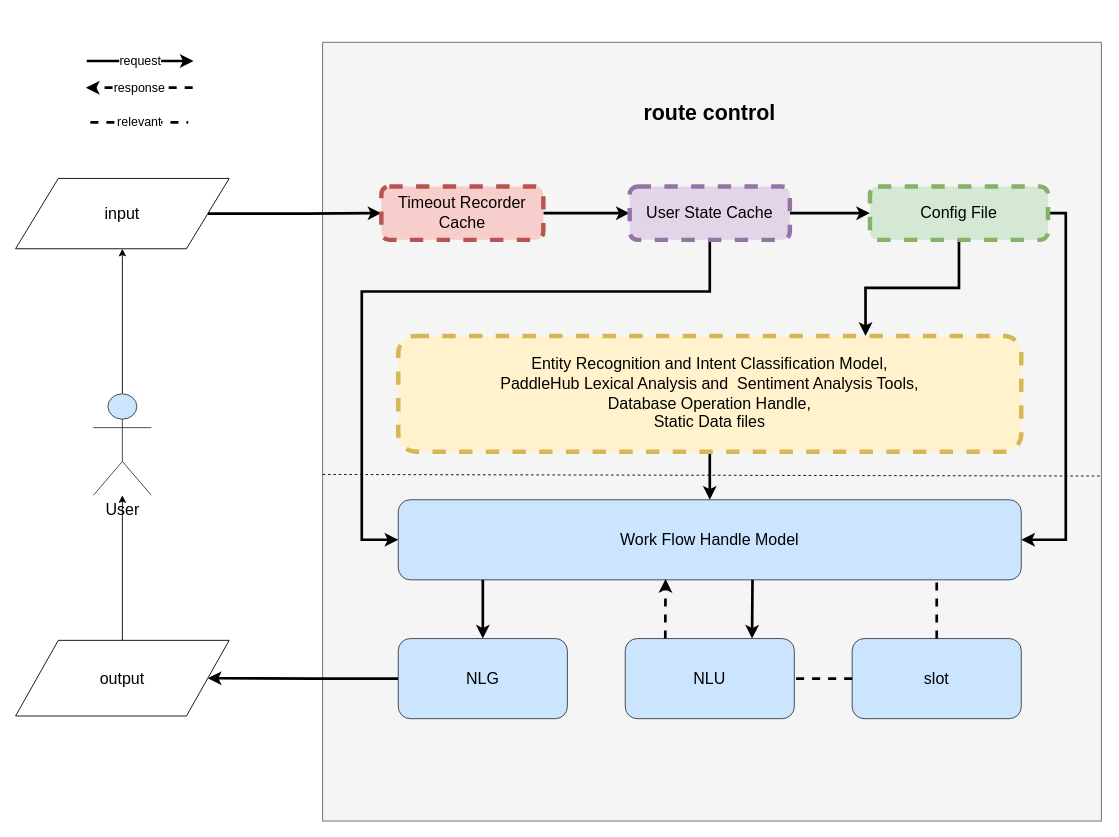
This is flow_diagram/dialogue_structure.drawio from ricosr/travel_consult_chatbot, a draw.io file, before an edit. Source tidied: cells renumbered, new cells numbered last; positions are measured from the earlier drawing's top-left corner, leaving out a move shared by most shapes. Both pictures are drawn from the tidied source at 89%, with x=0, y=0 at pixel (15, 42).
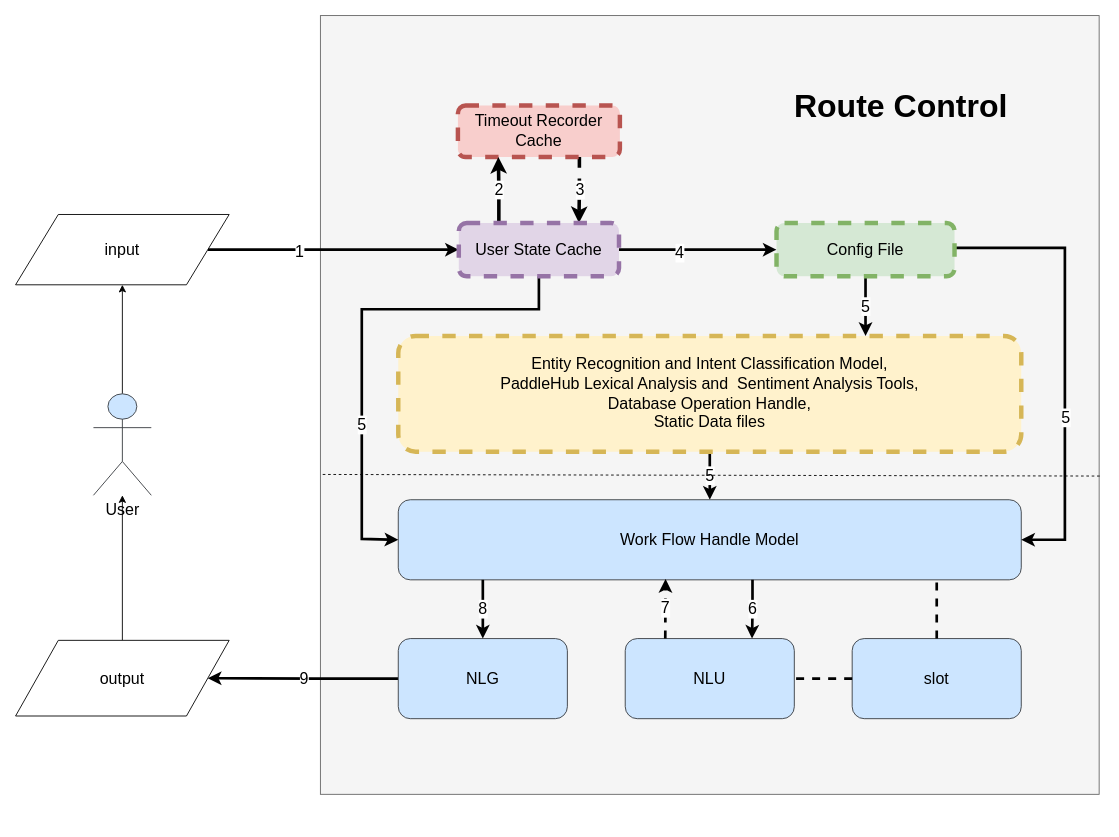
After the change.

Unchanged cells that the change refers to:
```xml
<mxCell id="8" value="&lt;font style=&quot;font-size: 18px&quot;&gt;output&lt;/font&gt;" style="shape=parallelogram;perimeter=parallelogramPerimeter;whiteSpace=wrap;html=1;" parent="1" vertex="1">
  <mxGeometry y="672" width="240" height="85" as="geometry" />
</mxCell>
<mxCell id="11" value="&lt;font style=&quot;font-size: 18px&quot;&gt;Entity Recognition and Intent Classification Model,&lt;br&gt;PaddleHub&amp;nbsp;Lexical Analysis and&amp;nbsp; Sentiment Analysis Tools,&lt;br&gt;Database Operation Handle,&lt;br&gt;Static Data files&lt;br&gt;&lt;/font&gt;" style="rounded=1;whiteSpace=wrap;html=1;dashed=1;fillColor=#fff2cc;strokeColor=#d6b656;strokeWidth=5;" parent="1" vertex="1">
  <mxGeometry x="430" y="330" width="700" height="130" as="geometry" />
</mxCell>
<mxCell id="12" value="&lt;font style=&quot;font-size: 18px&quot;&gt;Work Flow Handle Model&lt;/font&gt;" style="rounded=1;whiteSpace=wrap;html=1;fillColor=#cce5ff;strokeColor=#36393d;" parent="1" vertex="1">
  <mxGeometry x="430" y="514" width="700" height="90" as="geometry" />
</mxCell>
<mxCell id="21" value="&lt;font style=&quot;font-size: 18px&quot;&gt;NLU&lt;/font&gt;" style="rounded=1;whiteSpace=wrap;html=1;fillColor=#cce5ff;strokeColor=#36393d;" parent="1" vertex="1">
  <mxGeometry x="685" y="670" width="190" height="90" as="geometry" />
</mxCell>
<mxCell id="23" value="&lt;font style=&quot;font-size: 18px&quot;&gt;NLG&lt;/font&gt;" style="rounded=1;whiteSpace=wrap;html=1;fillColor=#cce5ff;strokeColor=#36393d;" parent="1" vertex="1">
  <mxGeometry x="430" y="670" width="190" height="90" as="geometry" />
</mxCell>
```

What changed in the source:
```diff
@@
     <mxCell id="2" style="whiteSpace=wrap;html=1;fillColor=#f5f5f5;strokeColor=#666666;fontColor=#333333;" parent="1" vertex="1">
-      <mxGeometry x="345" width="875" height="875" as="geometry" />
+      <mxGeometry x="342.5" y="-30" width="875" height="875" as="geometry" />
     </mxCell>
@@
-    <mxCell id="5" style="edgeStyle=orthogonalEdgeStyle;rounded=0;jettySize=auto;html=1;exitX=1;exitY=0.5;exitDx=0;exitDy=0;entryX=0;entryY=0.5;entryDx=0;entryDy=0;strokeWidth=3;" parent="1" edge="1" source="6" target="14">
+    <mxCell id="5" style="edgeStyle=orthogonalEdgeStyle;rounded=0;jettySize=auto;html=1;exitX=1;exitY=0.5;exitDx=0;exitDy=0;entryX=0;entryY=0.5;entryDx=0;entryDy=0;strokeWidth=3;" parent="1" edge="1" source="6" target="20">
       <mxGeometry relative="1" as="geometry" />
     </mxCell>
+    <mxCell id="34" value="&lt;font style=&quot;font-size: 18px&quot;&gt;1&lt;/font&gt;" style="text;html=1;align=center;verticalAlign=middle;labelBackgroundColor=#ffffff;" parent="5" vertex="1">
+      <mxGeometry x="-0.28" y="-2" relative="1" as="geometry" />
+    </mxCell>
     <mxCell id="6" value="&lt;font style=&quot;font-size: 18px&quot;&gt;input&lt;/font&gt;" style="shape=parallelogram;perimeter=parallelogramPerimeter;whiteSpace=wrap;html=1;" parent="1" vertex="1">
-      <mxGeometry y="153" width="240" height="79" as="geometry" />
+      <mxGeometry y="193.5" width="240" height="79" as="geometry" />
     </mxCell>
@@
-    <mxCell id="9" value="&lt;font style=&quot;font-size: 24px&quot;&gt;&lt;b&gt;route control&lt;/b&gt;&lt;/font&gt;" style="text;html=1;strokeColor=none;fillColor=none;align=center;verticalAlign=middle;whiteSpace=wrap;rounded=0;" parent="1" vertex="1">
-      <mxGeometry x="700" y="70" width="160" height="20" as="geometry" />
+    <mxCell id="9" value="&lt;font style=&quot;font-size: 36px&quot;&gt;&lt;b&gt;Route Control&lt;/b&gt;&lt;/font&gt;" style="text;html=1;strokeColor=none;fillColor=none;align=center;verticalAlign=middle;whiteSpace=wrap;rounded=0;" parent="1" vertex="1">
+      <mxGeometry x="860" y="36.5" width="270" height="69" as="geometry" />
     </mxCell>
-    <mxCell id="10" style="edgeStyle=orthogonalEdgeStyle;rounded=0;jettySize=auto;html=1;exitX=0.5;exitY=1;exitDx=0;exitDy=0;entryX=0.5;entryY=0;entryDx=0;entryDy=0;strokeWidth=3;" parent="1" edge="1" source="11" target="12">
+    <mxCell id="10" value="&lt;font style=&quot;font-size: 18px&quot;&gt;5&lt;/font&gt;" style="edgeStyle=orthogonalEdgeStyle;rounded=0;jettySize=auto;html=1;exitX=0.5;exitY=1;exitDx=0;exitDy=0;entryX=0.5;entryY=0;entryDx=0;entryDy=0;strokeWidth=3;" parent="1" edge="1" source="11" target="12">
       <mxGeometry relative="1" as="geometry" />
     </mxCell>
@@
-    <mxCell id="13" style="edgeStyle=orthogonalEdgeStyle;rounded=0;jettySize=auto;html=1;exitX=1;exitY=0.5;exitDx=0;exitDy=0;strokeWidth=3;" parent="1" edge="1" source="14" target="20">
+    <mxCell id="13" style="edgeStyle=orthogonalEdgeStyle;rounded=0;jettySize=auto;html=1;strokeWidth=3;entryX=0;entryY=0.5;entryDx=0;entryDy=0;exitX=1;exitY=0.5;exitDx=0;exitDy=0;" parent="1" edge="1" source="20" target="17">
       <mxGeometry relative="1" as="geometry" />
     </mxCell>
-    <mxCell id="14" value="&lt;span style=&quot;font-size: 18px&quot;&gt;Timeout Recorder Cache&lt;/span&gt;" style="rounded=1;whiteSpace=wrap;html=1;strokeWidth=5;dashed=1;fillColor=#f8cecc;strokeColor=#b85450;" parent="1" vertex="1">
-      <mxGeometry x="411" y="162" width="182" height="60" as="geometry" />
-    </mxCell>
+    <mxCell id="35" value="&lt;font style=&quot;font-size: 18px&quot;&gt;4&lt;/font&gt;" style="text;html=1;align=center;verticalAlign=middle;labelBackgroundColor=#ffffff;" parent="13" vertex="1">
+      <mxGeometry x="-0.24" y="-3" relative="1" as="geometry" />
+    </mxCell>
     <mxCell id="15" style="edgeStyle=orthogonalEdgeStyle;rounded=0;jettySize=auto;html=1;exitX=1;exitY=0.5;exitDx=0;exitDy=0;entryX=1;entryY=0.5;entryDx=0;entryDy=0;strokeWidth=3;" parent="1" edge="1" source="17" target="12">
-      <mxGeometry relative="1" as="geometry" />
+      <mxGeometry relative="1" as="geometry">
+        <Array as="points">
+          <mxPoint x="1179" y="231" />
+          <mxPoint x="1179" y="559" />
+        </Array>
+      </mxGeometry>
     </mxCell>
+    <mxCell id="36" value="&lt;font style=&quot;font-size: 18px&quot;&gt;5&lt;/font&gt;" style="text;html=1;align=center;verticalAlign=middle;labelBackgroundColor=#ffffff;" parent="15" vertex="1">
+      <mxGeometry y="-2" relative="1" as="geometry">
+        <mxPoint x="2.5" y="64" as="offset" />
+      </mxGeometry>
+    </mxCell>
-    <mxCell id="16" style="edgeStyle=orthogonalEdgeStyle;rounded=0;jettySize=auto;html=1;exitX=0.5;exitY=1;exitDx=0;exitDy=0;entryX=0.75;entryY=0;entryDx=0;entryDy=0;strokeWidth=3;" parent="1" edge="1" source="17" target="11">
+    <mxCell id="16" value="&lt;font style=&quot;font-size: 18px&quot;&gt;5&lt;/font&gt;" style="edgeStyle=orthogonalEdgeStyle;rounded=0;jettySize=auto;html=1;exitX=0.5;exitY=1;exitDx=0;exitDy=0;entryX=0.75;entryY=0;entryDx=0;entryDy=0;strokeWidth=3;" parent="1" edge="1" source="17" target="11">
       <mxGeometry relative="1" as="geometry" />
     </mxCell>
     <mxCell id="17" value="&lt;span style=&quot;font-size: 18px&quot;&gt;Config File&lt;/span&gt;" style="rounded=1;whiteSpace=wrap;html=1;strokeWidth=5;dashed=1;fillColor=#d5e8d4;strokeColor=#82b366;" parent="1" vertex="1">
-      <mxGeometry x="960" y="162" width="200" height="60" as="geometry" />
+      <mxGeometry x="855" y="203" width="200" height="60" as="geometry" />
     </mxCell>
-    <mxCell id="18" style="edgeStyle=orthogonalEdgeStyle;rounded=0;jettySize=auto;html=1;exitX=1;exitY=0.5;exitDx=0;exitDy=0;strokeWidth=3;" parent="1" edge="1" source="20" target="17">
-      <mxGeometry relative="1" as="geometry" />
-    </mxCell>
-    <mxCell id="19" style="edgeStyle=orthogonalEdgeStyle;rounded=0;jettySize=auto;html=1;exitX=0.5;exitY=1;exitDx=0;exitDy=0;strokeWidth=3;entryX=0;entryY=0.5;entryDx=0;entryDy=0;" parent="1" edge="1" source="20" target="12">
-      <mxGeometry relative="1" as="geometry">
+    <mxCell id="19" value="&lt;font style=&quot;font-size: 18px&quot;&gt;5&lt;/font&gt;" style="edgeStyle=orthogonalEdgeStyle;rounded=0;jettySize=auto;html=1;exitX=0.5;exitY=1;exitDx=0;exitDy=0;strokeWidth=3;entryX=0;entryY=0.5;entryDx=0;entryDy=0;" parent="1" edge="1" source="20" target="12">
+      <mxGeometry x="0.37" relative="1" as="geometry">
         <Array as="points">
-          <mxPoint x="780" y="280" />
-          <mxPoint x="389" y="280" />
-          <mxPoint x="389" y="559" />
+          <mxPoint x="588" y="300" />
+          <mxPoint x="389" y="300" />
+          <mxPoint x="389" y="558" />
+          <mxPoint x="430" y="558" />
         </Array>
       </mxGeometry>
     </mxCell>
-    <mxCell id="20" value="&lt;span style=&quot;font-size: 18px&quot;&gt;User State Cache&lt;/span&gt;" style="rounded=1;whiteSpace=wrap;html=1;strokeWidth=5;dashed=1;fillColor=#e1d5e7;strokeColor=#9673a6;" parent="1" vertex="1">
-      <mxGeometry x="690" y="162" width="180" height="60" as="geometry" />
-    </mxCell>
@@
-    <mxCell id="22" style="edgeStyle=orthogonalEdgeStyle;rounded=0;jettySize=auto;html=1;exitX=0;exitY=0.5;exitDx=0;exitDy=0;entryX=1;entryY=0.5;entryDx=0;entryDy=0;strokeWidth=3;" parent="1" edge="1" source="23" target="8">
+    <mxCell id="22" value="&lt;font style=&quot;font-size: 18px&quot;&gt;9&lt;/font&gt;" style="edgeStyle=orthogonalEdgeStyle;rounded=0;jettySize=auto;html=1;exitX=0;exitY=0.5;exitDx=0;exitDy=0;entryX=1;entryY=0.5;entryDx=0;entryDy=0;strokeWidth=3;" parent="1" edge="1" source="23" target="8">
       <mxGeometry relative="1" as="geometry" />
     </mxCell>
@@
-    <mxCell id="27" style="endArrow=classic;html=1;strokeWidth=3;entryX=0.75;entryY=0;entryDx=0;entryDy=0;" parent="1" edge="1" target="21">
+    <mxCell id="27" value="&lt;font style=&quot;font-size: 18px&quot;&gt;6&lt;/font&gt;" style="endArrow=classic;html=1;strokeWidth=3;entryX=0.75;entryY=0;entryDx=0;entryDy=0;" parent="1" edge="1" target="21">
       <mxGeometry relative="1" as="geometry">
         <mxPoint x="828" y="604" as="sourcePoint" />
+        <Array as="points">
+          <mxPoint x="828" y="640" />
+        </Array>
       </mxGeometry>
     </mxCell>
-    <mxCell id="28" style="endArrow=classic;html=1;strokeWidth=3;entryX=0.429;entryY=1;entryDx=0;entryDy=0;entryPerimeter=0;dashed=1;" parent="1" edge="1">
+    <mxCell id="28" value="&lt;span style=&quot;font-size: 18px&quot;&gt;7&lt;/span&gt;" style="endArrow=classic;html=1;strokeWidth=3;entryX=0.429;entryY=1;entryDx=0;entryDy=0;entryPerimeter=0;dashed=1;" parent="1" edge="1">
       <mxGeometry relative="1" as="geometry">
         <mxPoint x="730" y="670" as="sourcePoint" />
         <mxPoint x="730.3" y="603" as="targetPoint" />
       </mxGeometry>
     </mxCell>
-    <mxCell id="29" style="endArrow=classic;html=1;strokeWidth=3;entryX=0.5;entryY=0;entryDx=0;entryDy=0;" parent="1" edge="1" target="23">
+    <mxCell id="29" value="&lt;font style=&quot;font-size: 18px&quot;&gt;8&lt;/font&gt;" style="endArrow=classic;html=1;strokeWidth=3;entryX=0.5;entryY=0;entryDx=0;entryDy=0;" parent="1" edge="1" target="23">
       <mxGeometry relative="1" as="geometry">
         <mxPoint x="525" y="604" as="sourcePoint" />
       </mxGeometry>
     </mxCell>
-    <mxCell id="30" value="&lt;font style=&quot;font-size: 14px&quot;&gt;request&lt;/font&gt;" style="endArrow=classic;html=1;strokeWidth=3;" parent="1" edge="1">
-      <mxGeometry relative="1" as="geometry">
-        <mxPoint x="80" y="21" as="sourcePoint" />
-        <mxPoint x="200" y="21" as="targetPoint" />
-      </mxGeometry>
-    </mxCell>
-    <mxCell id="31" value="&lt;font style=&quot;font-size: 14px&quot;&gt;response&lt;/font&gt;" style="endArrow=classic;html=1;dashed=1;strokeWidth=3;" parent="1" edge="1">
-      <mxGeometry relative="1" as="geometry">
-        <mxPoint x="199" y="51" as="sourcePoint" />
-        <mxPoint x="79" y="51" as="targetPoint" />
-      </mxGeometry>
-    </mxCell>
-    <mxCell id="32" value="&lt;font style=&quot;font-size: 14px&quot;&gt;relevant&lt;/font&gt;" style="endArrow=none;dashed=1;html=1;strokeWidth=3;" parent="1" edge="1">
-      <mxGeometry relative="1" as="geometry">
-        <mxPoint x="84" y="90" as="sourcePoint" />
-        <mxPoint x="194" y="90" as="targetPoint" />
-      </mxGeometry>
-    </mxCell>
@@
+    <mxCell id="37" value="&lt;font style=&quot;font-size: 18px&quot;&gt;3&lt;/font&gt;" style="edgeStyle=orthogonalEdgeStyle;rounded=0;jettySize=auto;html=1;exitX=0.75;exitY=1;exitDx=0;exitDy=0;entryX=0.75;entryY=0;entryDx=0;entryDy=0;dashed=1;strokeWidth=4;" parent="1" edge="1" source="14" target="20">
+      <mxGeometry relative="1" as="geometry" />
+    </mxCell>
+    <mxCell id="14" value="&lt;span style=&quot;font-size: 18px&quot;&gt;Timeout Recorder Cache&lt;/span&gt;" style="rounded=1;whiteSpace=wrap;html=1;strokeWidth=5;dashed=1;fillColor=#f8cecc;strokeColor=#b85450;" parent="1" vertex="1">
+      <mxGeometry x="497" y="71" width="182" height="58" as="geometry" />
+    </mxCell>
+    <mxCell id="38" value="&lt;font style=&quot;font-size: 18px&quot;&gt;2&lt;/font&gt;" style="edgeStyle=orthogonalEdgeStyle;rounded=0;jettySize=auto;html=1;exitX=0.25;exitY=0;exitDx=0;exitDy=0;entryX=0.25;entryY=1;entryDx=0;entryDy=0;strokeWidth=4;" parent="1" edge="1" source="20" target="14">
+      <mxGeometry relative="1" as="geometry" />
+    </mxCell>
+    <mxCell id="20" value="&lt;span style=&quot;font-size: 18px&quot;&gt;User State Cache&lt;/span&gt;" style="rounded=1;whiteSpace=wrap;html=1;strokeWidth=5;dashed=1;fillColor=#e1d5e7;strokeColor=#9673a6;" parent="1" vertex="1">
+      <mxGeometry x="498" y="203" width="180" height="60" as="geometry" />
+    </mxCell>
```
